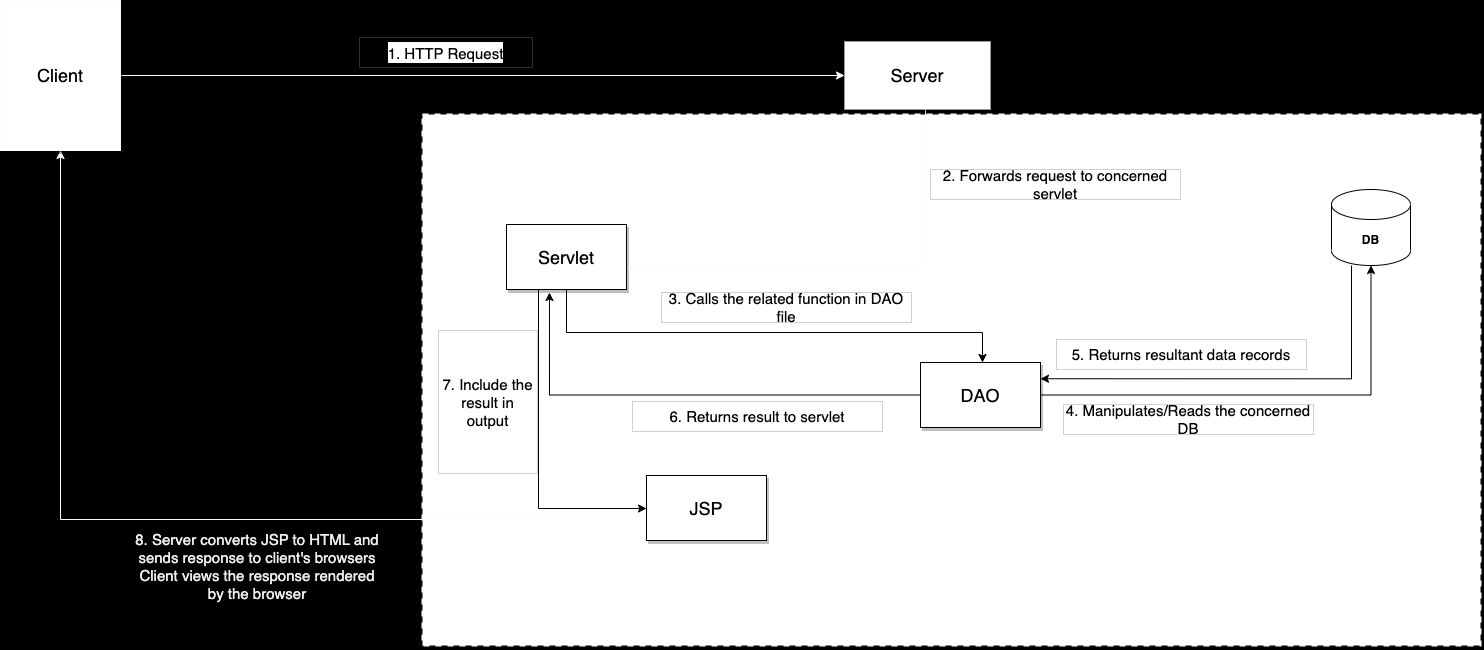
The draw.io diagram HighLevelOverview.drawio.png in priyalsharma/covid19-supply, before a commit. Source tidied: cells renumbered, new cells last; positions are measured from the earlier drawing's top-left corner, leaving out a move shared by most shapes.
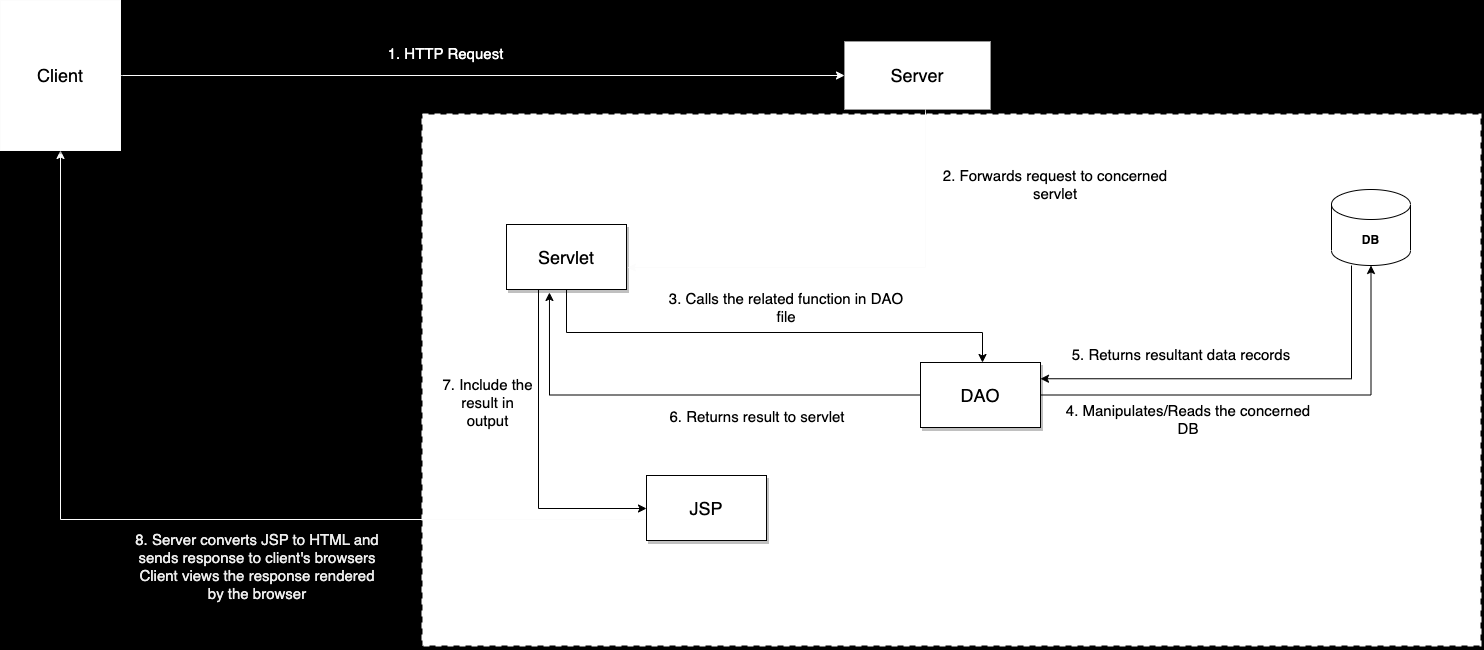
Later version of the same file.

Change to the diagram source:
```diff
@@ -69,28 +69,28 @@
     <mxCell id="16" value="Server" style="whiteSpace=wrap;html=1;shadow=1;fontSize=18;strokeWidth=0;strokeColor=#fcfcfc;" parent="1" vertex="1">
       <mxGeometry x="844" y="41" width="146" height="68" as="geometry" />
     </mxCell>
-    <mxCell id="17" value="&lt;font style=&quot;font-size: 15px;&quot;&gt;1. HTTP Request&lt;/font&gt;" style="text;html=1;align=center;verticalAlign=middle;whiteSpace=wrap;rounded=0;labelBackgroundColor=#FFFFFF;strokeWidth=0;fontSize=18;strokeColor=#fcfcfc;" parent="1" vertex="1">
+    <mxCell id="17" value="&lt;font style=&quot;font-size: 15px;&quot;&gt;1. HTTP Request&lt;/font&gt;" style="text;html=1;align=center;verticalAlign=middle;whiteSpace=wrap;rounded=0;labelBackgroundColor=none;strokeWidth=0;fontSize=18;strokeColor=none;fontColor=#FFFFFF;" parent="1" vertex="1">
       <mxGeometry x="359" y="37" width="173" height="30" as="geometry" />
     </mxCell>
     <mxCell id="18" style="edgeStyle=orthogonalEdgeStyle;rounded=0;orthogonalLoop=1;jettySize=auto;html=1;exitX=0.5;exitY=1;exitDx=0;exitDy=0;strokeColor=#fcfcfc;" parent="1" edge="1" source="17" target="17">
       <mxGeometry relative="1" as="geometry" />
     </mxCell>
-    <mxCell id="19" value="&lt;font style=&quot;font-size: 15px;&quot;&gt;2. Forwards request to concerned servlet&lt;/font&gt;" style="text;html=1;align=center;verticalAlign=middle;whiteSpace=wrap;rounded=0;labelBackgroundColor=none;strokeWidth=0;fontSize=15;strokeColor=#000000;" parent="1" vertex="1">
+    <mxCell id="19" value="&lt;font style=&quot;font-size: 15px;&quot;&gt;2. Forwards request to concerned servlet&lt;/font&gt;" style="text;html=1;align=center;verticalAlign=middle;whiteSpace=wrap;rounded=0;labelBackgroundColor=none;strokeWidth=0;fontSize=15;strokeColor=none;" parent="1" vertex="1">
       <mxGeometry x="930" y="169" width="250" height="30" as="geometry" />
     </mxCell>
-    <mxCell id="20" value="3. Calls the related function in DAO file" style="text;align=center;verticalAlign=middle;whiteSpace=wrap;rounded=0;labelBackgroundColor=none;strokeWidth=0;fontSize=15;labelBorderColor=none;strokeColor=#000000;" parent="1" vertex="1">
+    <mxCell id="20" value="3. Calls the related function in DAO file" style="text;align=center;verticalAlign=middle;whiteSpace=wrap;rounded=0;labelBackgroundColor=none;strokeWidth=0;fontSize=15;labelBorderColor=none;strokeColor=none;" parent="1" vertex="1">
       <mxGeometry x="661" y="292" width="250" height="30" as="geometry" />
     </mxCell>
-    <mxCell id="21" value="4. Manipulates/Reads the concerned DB" style="text;align=center;verticalAlign=middle;whiteSpace=wrap;rounded=0;labelBackgroundColor=none;strokeWidth=0;fontSize=15;labelBorderColor=none;strokeColor=#000000;" parent="1" vertex="1">
+    <mxCell id="21" value="4. Manipulates/Reads the concerned DB" style="text;align=center;verticalAlign=middle;whiteSpace=wrap;rounded=0;labelBackgroundColor=none;strokeWidth=0;fontSize=15;labelBorderColor=none;strokeColor=none;" parent="1" vertex="1">
       <mxGeometry x="1063" y="404" width="250" height="30" as="geometry" />
     </mxCell>
-    <mxCell id="22" value="5. Returns resultant data records" style="text;align=center;verticalAlign=middle;whiteSpace=wrap;rounded=0;labelBackgroundColor=none;strokeWidth=0;fontSize=15;labelBorderColor=none;strokeColor=#000000;" parent="1" vertex="1">
+    <mxCell id="22" value="5. Returns resultant data records" style="text;align=center;verticalAlign=middle;whiteSpace=wrap;rounded=0;labelBackgroundColor=none;strokeWidth=0;fontSize=15;labelBorderColor=none;strokeColor=none;" parent="1" vertex="1">
       <mxGeometry x="1056" y="339" width="250" height="30" as="geometry" />
     </mxCell>
-    <mxCell id="23" value="6. Returns result to servlet" style="text;align=center;verticalAlign=middle;whiteSpace=wrap;rounded=0;labelBackgroundColor=none;strokeWidth=0;fontSize=15;labelBorderColor=none;strokeColor=#000000;" parent="1" vertex="1">
+    <mxCell id="23" value="6. Returns result to servlet" style="text;align=center;verticalAlign=middle;whiteSpace=wrap;rounded=0;labelBackgroundColor=none;strokeWidth=0;fontSize=15;labelBorderColor=none;strokeColor=none;" parent="1" vertex="1">
       <mxGeometry x="632" y="401" width="250" height="30" as="geometry" />
     </mxCell>
-    <mxCell id="24" value="7. Include the result in output" style="text;align=center;verticalAlign=middle;whiteSpace=wrap;rounded=0;labelBackgroundColor=none;strokeWidth=0;fontSize=15;labelBorderColor=none;strokeColor=#000000;" parent="1" vertex="1">
+    <mxCell id="24" value="7. Include the result in output" style="text;align=center;verticalAlign=middle;whiteSpace=wrap;rounded=0;labelBackgroundColor=none;strokeWidth=0;fontSize=15;labelBorderColor=none;strokeColor=none;" parent="1" vertex="1">
       <mxGeometry x="438" y="330" width="99" height="143" as="geometry" />
     </mxCell>
     <mxCell id="25" value="8. Server converts JSP to HTML and sends response to client's browsers&#10;Client views the response rendered by the browser&#10;" style="text;align=center;verticalAlign=middle;whiteSpace=wrap;rounded=0;labelBackgroundColor=none;strokeWidth=0;fontSize=15;labelBorderColor=none;strokeColor=#000000;fontColor=#ededed;" parent="1" vertex="1">
```
